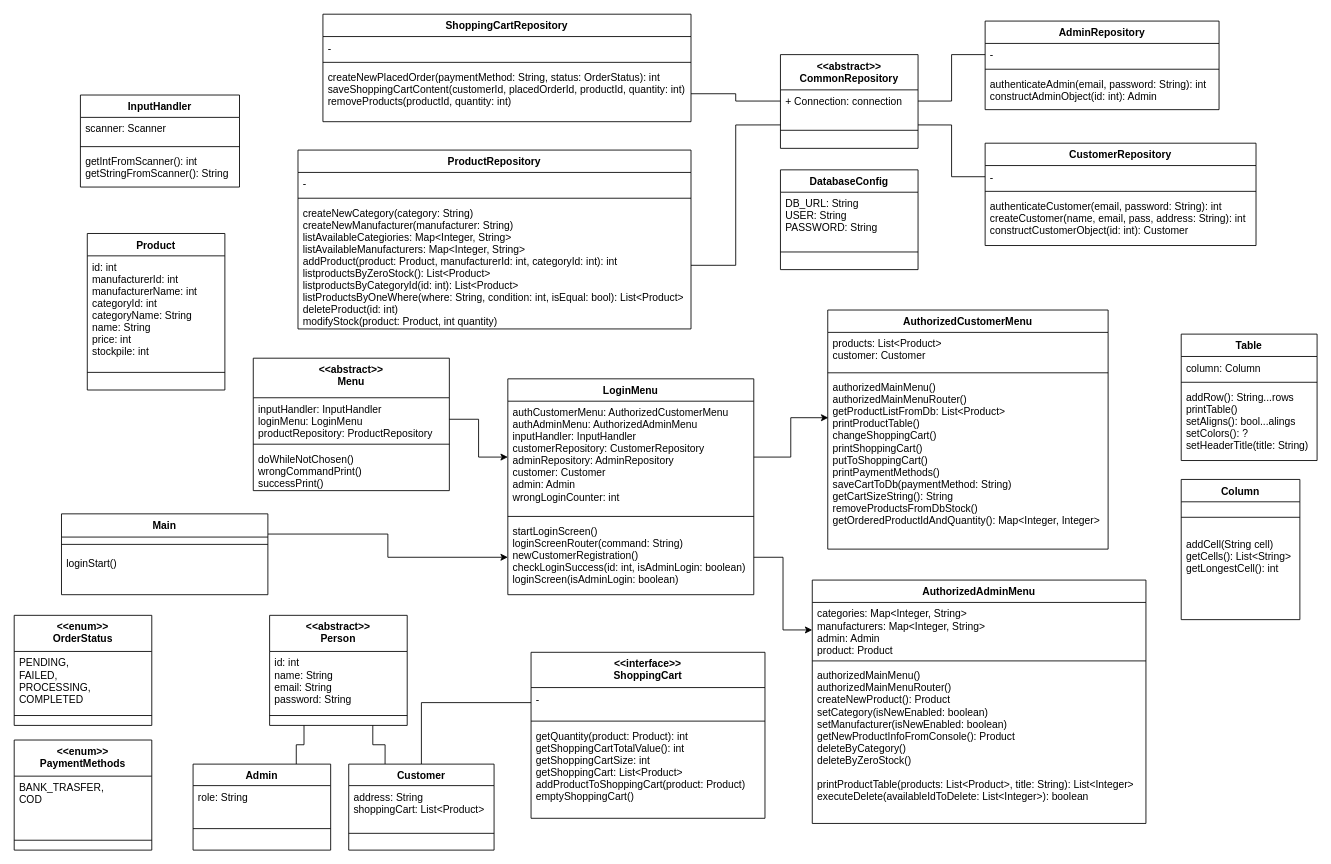
ati911/proba keeps this draw.io diagram as Untitled Diagram.drawio. Above is the earlier version. Source tidied: cells renumbered, new cells numbered last; positions are measured from the earlier drawing's top-left corner, leaving out a move shared by most shapes. Both pictures are drawn from the tidied source at 86%, with x=0, y=0 at pixel (14, 14).
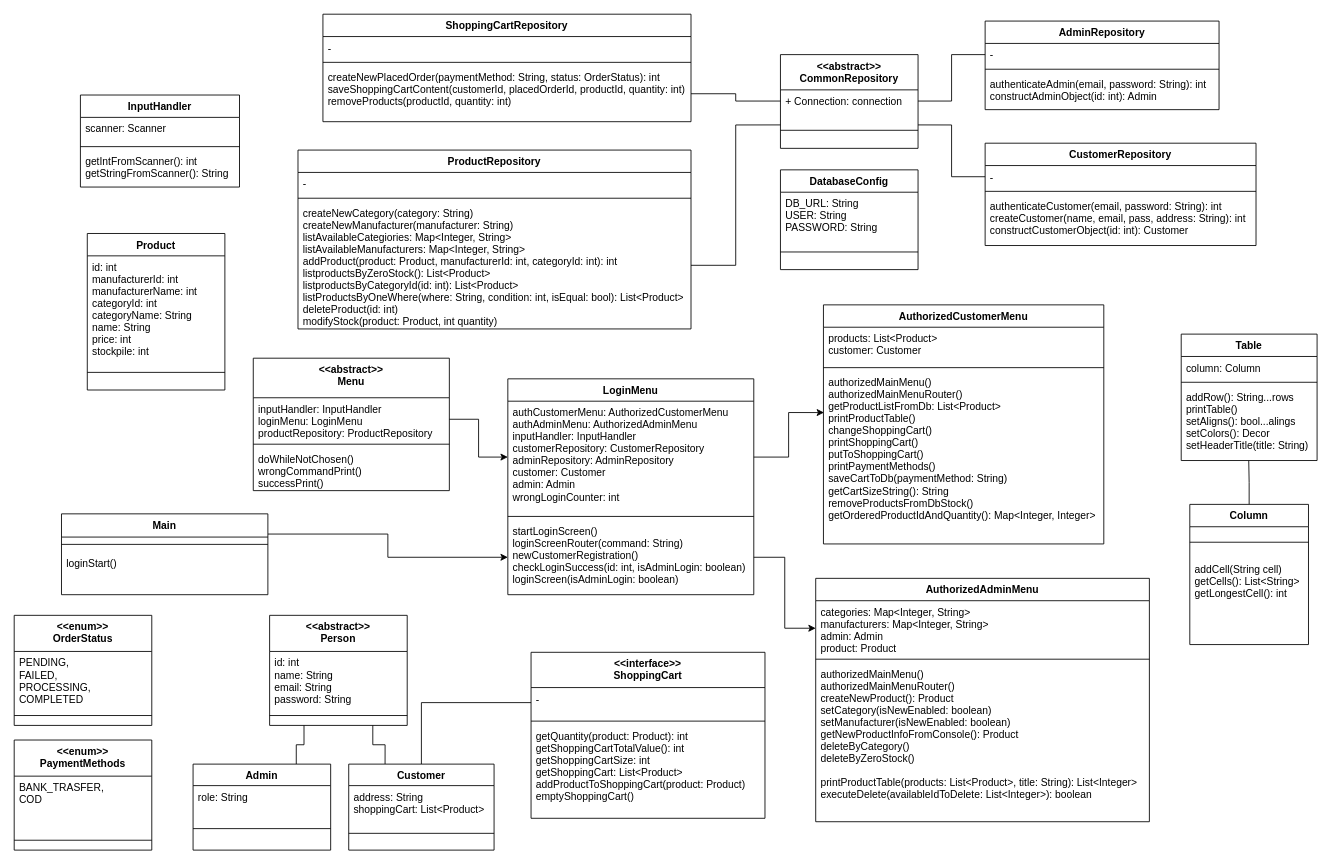
After the change.

The change refers to these unchanged cells:
```xml
<mxCell id="80" value="Table" style="swimlane;fontStyle=1;align=center;verticalAlign=top;horizontal=1;startSize=26;" parent="1" vertex="1">
  <mxGeometry x="1357" y="372" width="158" height="147" as="geometry" />
</mxCell>
```

What changed in the source:
```diff
@@
     <mxCell id="56" value="AuthorizedCustomerMenu" style="swimlane;fontStyle=1;align=center;verticalAlign=top;horizontal=1;startSize=26;" parent="1" vertex="1">
-      <mxGeometry x="946" y="344" width="326" height="278" as="geometry" />
+      <mxGeometry x="941" y="338" width="326" height="278" as="geometry" />
     </mxCell>
@@
     <mxCell id="60" value="AuthorizedAdminMenu" style="swimlane;fontStyle=1;align=center;verticalAlign=top;horizontal=1;startSize=26;" parent="1" vertex="1">
-      <mxGeometry x="928" y="658" width="388" height="283" as="geometry" />
+      <mxGeometry x="932" y="656" width="388" height="283" as="geometry" />
     </mxCell>
@@
-    <mxCell id="83" value="addRow(): String...rows&#10;printTable()&#10;setAligns(): bool...alings&#10;setColors(): ?&#10;setHeaderTitle(title: String)" style="text;strokeColor=none;fillColor=none;align=left;verticalAlign=top;spacingLeft=4;spacingRight=4;overflow=hidden;points=[[0,0.5],[1,0.5]];portConstraint=eastwest;" parent="80" vertex="1">
+    <mxCell id="83" value="addRow(): String...rows&#10;printTable()&#10;setAligns(): bool...alings&#10;setColors(): Decor&#10;setHeaderTitle(title: String)" style="text;strokeColor=none;fillColor=none;align=left;verticalAlign=top;spacingLeft=4;spacingRight=4;overflow=hidden;points=[[0,0.5],[1,0.5]];portConstraint=eastwest;" parent="80" vertex="1">
       <mxGeometry y="60" width="158" height="87" as="geometry" />
     </mxCell>
+    <mxCell id="87" style="edgeStyle=orthogonalEdgeStyle;rounded=0;jettySize=auto;html=1;exitX=0.5;exitY=0;exitDx=0;exitDy=0;entryX=0.497;entryY=1.004;entryDx=0;entryDy=0;entryPerimeter=0;endArrow=none;endFill=0;" parent="1" edge="1" source="84" target="83">
+      <mxGeometry relative="1" as="geometry" />
+    </mxCell>
     <mxCell id="84" value="Column" style="swimlane;fontStyle=1;align=center;verticalAlign=top;horizontal=1;startSize=26;" parent="1" vertex="1">
-      <mxGeometry x="1357" y="541" width="138" height="163" as="geometry" />
+      <mxGeometry x="1367" y="570" width="138" height="163" as="geometry" />
     </mxCell>
```
